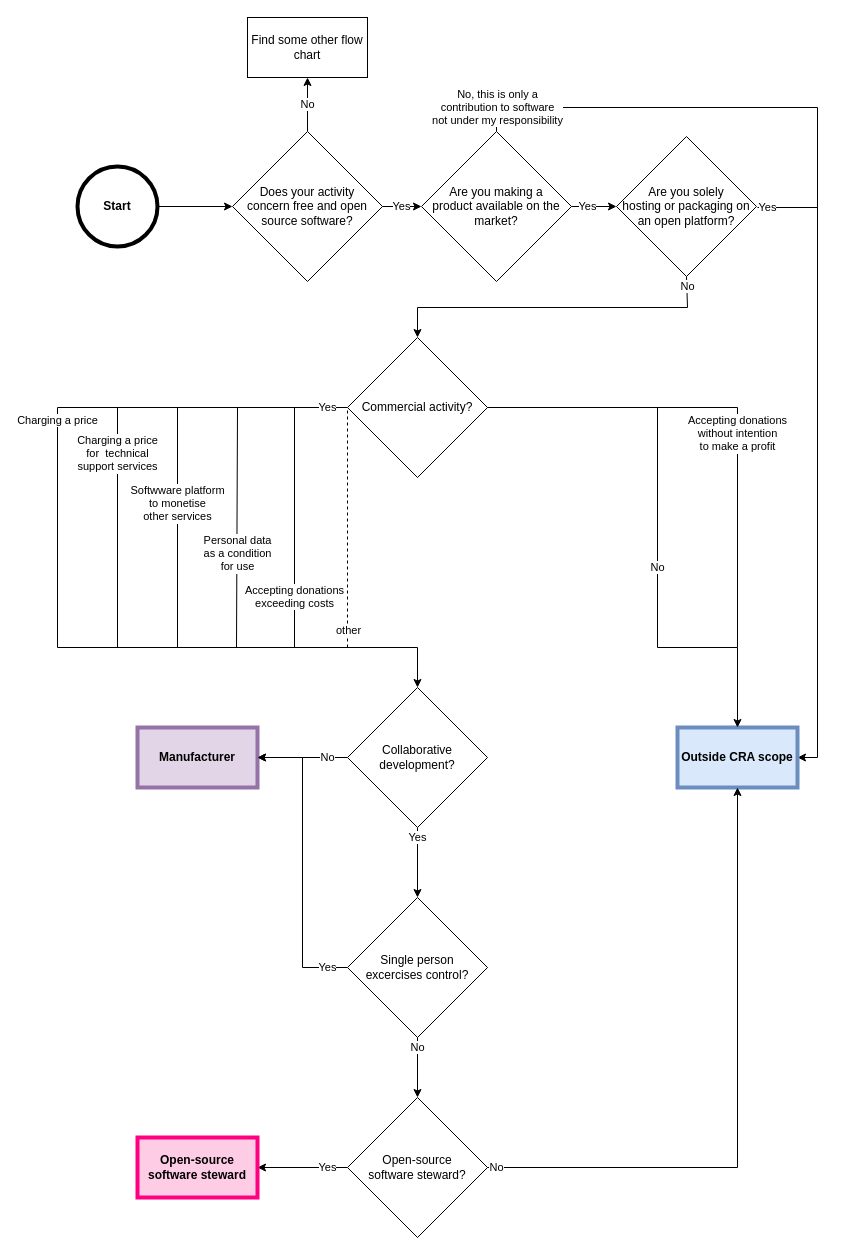
Above: FOSS flowchart.drawio in kappapiana/cra-foss-diagram (draw.io), before the change. Source tidied: cells renumbered, new cells numbered last; positions are measured from the earlier drawing's top-left corner, leaving out a move shared by most shapes. Both pictures are drawn from the tidied source at 100%, with x=0, y=0 at pixel (57, 17).
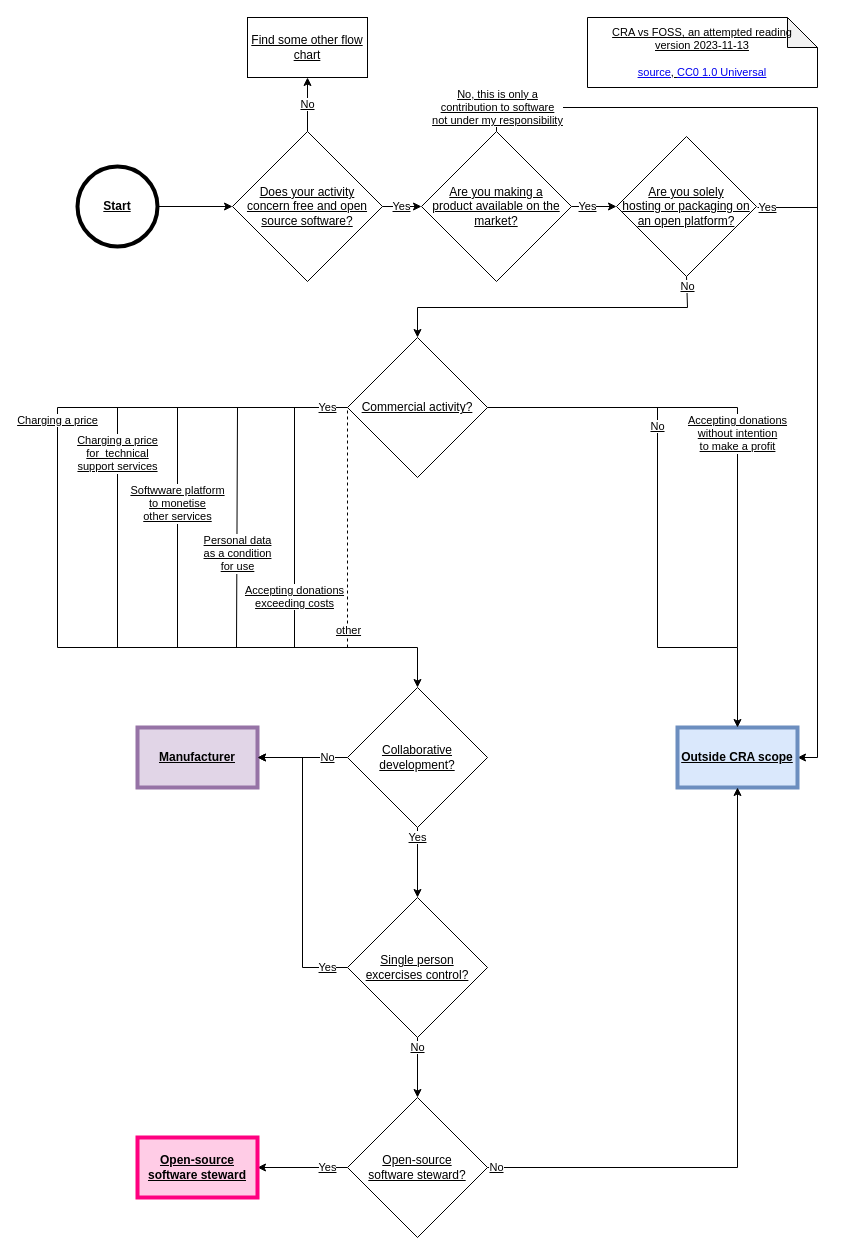
Above is the later version.

Diff of the diagram source:
```diff
@@
-    <mxCell id="2" value="Commercial activity?" style="rhombus;whiteSpace=wrap;html=1;" parent="1" vertex="1">
+    <mxCell id="2" value="Commercial activity?" style="rhombus;whiteSpace=wrap;html=1;fontStyle=4;" parent="1" vertex="1">
       <mxGeometry x="290" y="320" width="140" height="140" as="geometry" />
     </mxCell>
-    <mxCell id="3" style="edgeStyle=orthogonalEdgeStyle;rounded=0;jettySize=auto;html=1;" parent="1" edge="1" source="4" target="12">
+    <mxCell id="3" style="edgeStyle=orthogonalEdgeStyle;rounded=0;jettySize=auto;html=1;fontStyle=4;" parent="1" edge="1" source="4" target="12">
       <mxGeometry relative="1" as="geometry" />
     </mxCell>
-    <mxCell id="4" value="Start" style="ellipse;whiteSpace=wrap;html=1;fontStyle=1;strokeWidth=4;" parent="1" vertex="1">
+    <mxCell id="4" value="Start" style="ellipse;whiteSpace=wrap;html=1;fontStyle=5;strokeWidth=4;" parent="1" vertex="1">
       <mxGeometry x="20" y="149" width="80" height="80" as="geometry" />
     </mxCell>
-    <mxCell id="5" value="Yes" style="edgeStyle=orthogonalEdgeStyle;rounded=0;jettySize=auto;html=1;" parent="1" edge="1" source="7" target="8">
+    <mxCell id="5" value="Yes" style="edgeStyle=orthogonalEdgeStyle;rounded=0;jettySize=auto;html=1;fontStyle=4;" parent="1" edge="1" source="7" target="8">
       <mxGeometry x="-0.29" relative="1" as="geometry" />
     </mxCell>
-    <mxCell id="6" value="&lt;div&gt;No, this is only a&lt;br&gt;contribution to software&lt;br&gt;not under my responsibility&lt;br&gt;&lt;/div&gt;" style="edgeStyle=orthogonalEdgeStyle;rounded=0;jettySize=auto;html=1;entryX=1;entryY=0.5;entryDx=0;entryDy=0;" parent="1" edge="1" source="7" target="26">
+    <mxCell id="6" value="&lt;div&gt;No, this is only a&lt;br&gt;contribution to software&lt;br&gt;not under my responsibility&lt;br&gt;&lt;/div&gt;" style="edgeStyle=orthogonalEdgeStyle;rounded=0;jettySize=auto;html=1;entryX=1;entryY=0.5;entryDx=0;entryDy=0;fontStyle=4;" parent="1" edge="1" source="7" target="26">
       <mxGeometry x="-0.95" relative="1" as="geometry">
         <Array as="points">
           <mxPoint x="439" y="90" />
           <mxPoint x="760" y="90" />
           <mxPoint x="760" y="740" />
         </Array>
       </mxGeometry>
     </mxCell>
-    <mxCell id="7" value="Are you making a&lt;br&gt;product available on the market?" style="rhombus;whiteSpace=wrap;html=1;fontSize=12;" parent="1" vertex="1">
+    <mxCell id="7" value="Are you making a&lt;br&gt;product available on the market?" style="rhombus;whiteSpace=wrap;html=1;fontSize=12;fontStyle=4;" parent="1" vertex="1">
       <mxGeometry x="364" y="114" width="150" height="150" as="geometry" />
     </mxCell>
-    <mxCell id="8" value="Are you solely&lt;br&gt;hosting or packaging on an open platform?" style="rhombus;whiteSpace=wrap;html=1;" parent="1" vertex="1">
+    <mxCell id="8" value="Are you solely&lt;br&gt;hosting or packaging on an open platform?" style="rhombus;whiteSpace=wrap;html=1;fontStyle=4;" parent="1" vertex="1">
       <mxGeometry x="559" y="119" width="140" height="140" as="geometry" />
     </mxCell>
-    <mxCell id="9" value="Find some other flow chart" style="rounded=0;whiteSpace=wrap;html=1;" parent="1" vertex="1">
+    <mxCell id="9" value="Find some other flow chart" style="rounded=0;whiteSpace=wrap;html=1;fontStyle=4;" parent="1" vertex="1">
       <mxGeometry x="190" width="120" height="60" as="geometry" />
     </mxCell>
-    <mxCell id="10" value="Yes" style="edgeStyle=orthogonalEdgeStyle;rounded=0;jettySize=auto;html=1;" parent="1" edge="1" source="12" target="7">
+    <mxCell id="10" value="Yes" style="edgeStyle=orthogonalEdgeStyle;rounded=0;jettySize=auto;html=1;fontStyle=4;" parent="1" edge="1" source="12" target="7">
       <mxGeometry relative="1" as="geometry" />
     </mxCell>
-    <mxCell id="11" value="No" style="edgeStyle=orthogonalEdgeStyle;rounded=0;jettySize=auto;html=1;" parent="1" edge="1" source="12" target="9">
+    <mxCell id="11" value="No" style="edgeStyle=orthogonalEdgeStyle;rounded=0;jettySize=auto;html=1;fontStyle=4;" parent="1" edge="1" source="12" target="9">
       <mxGeometry relative="1" as="geometry" />
     </mxCell>
-    <mxCell id="12" value="Does your activity&lt;br&gt;concern free and open source software?" style="rhombus;whiteSpace=wrap;html=1;fontSize=12;" parent="1" vertex="1">
+    <mxCell id="12" value="Does your activity&lt;br&gt;concern free and open source software?" style="rhombus;whiteSpace=wrap;html=1;fontSize=12;fontStyle=4;" parent="1" vertex="1">
       <mxGeometry x="175" y="114" width="150" height="150" as="geometry" />
     </mxCell>
-    <mxCell id="13" value="No" style="endArrow=classic;html=1;rounded=0;entryX=0.5;entryY=0;entryDx=0;entryDy=0;exitX=0.5;exitY=1;exitDx=0;exitDy=0;" parent="1" edge="1" source="8" target="2">
+    <mxCell id="13" value="No" style="endArrow=classic;html=1;rounded=0;entryX=0.5;entryY=0;entryDx=0;entryDy=0;exitX=0.5;exitY=1;exitDx=0;exitDy=0;fontStyle=4;" parent="1" edge="1" source="8" target="2">
       <mxGeometry x="-0.94" y="1" relative="1" as="geometry">
         <Array as="points">
           <mxPoint x="630" y="290" />
           <mxPoint x="360" y="290" />
         </Array>
       </mxGeometry>
     </mxCell>
-    <mxCell id="14" value="No" style="edgeStyle=orthogonalEdgeStyle;rounded=0;jettySize=auto;html=1;entryX=1;entryY=0.5;entryDx=0;entryDy=0;" parent="1" edge="1" source="16" target="28">
+    <mxCell id="14" value="No" style="edgeStyle=orthogonalEdgeStyle;rounded=0;jettySize=auto;html=1;entryX=1;entryY=0.5;entryDx=0;entryDy=0;fontStyle=4;" parent="1" edge="1" source="16" target="28">
       <mxGeometry x="-0.56" relative="1" as="geometry" />
     </mxCell>
-    <mxCell id="15" value="Yes" style="edgeStyle=orthogonalEdgeStyle;rounded=0;jettySize=auto;html=1;entryX=0.5;entryY=0;entryDx=0;entryDy=0;" parent="1" edge="1" source="16" target="31">
+    <mxCell id="15" value="Yes" style="edgeStyle=orthogonalEdgeStyle;rounded=0;jettySize=auto;html=1;entryX=0.5;entryY=0;entryDx=0;entryDy=0;fontStyle=4;" parent="1" edge="1" source="16" target="31">
       <mxGeometry x="-0.71" relative="1" as="geometry" />
     </mxCell>
-    <mxCell id="16" value="Collaborative development?" style="rhombus;whiteSpace=wrap;html=1;" parent="1" vertex="1">
+    <mxCell id="16" value="Collaborative development?" style="rhombus;whiteSpace=wrap;html=1;fontStyle=4;" parent="1" vertex="1">
       <mxGeometry x="290" y="670" width="140" height="140" as="geometry" />
     </mxCell>
-    <mxCell id="17" value="&lt;div&gt;Charging a price&lt;/div&gt;" style="endArrow=none;html=1;rounded=0;verticalAlign=top;" parent="1" edge="1">
+    <mxCell id="17" value="&lt;div&gt;Charging a price&lt;/div&gt;" style="endArrow=none;html=1;rounded=0;verticalAlign=top;fontStyle=4;" parent="1" edge="1">
       <mxGeometry x="-1" relative="1" as="geometry">
         <mxPoint y="390" as="sourcePoint" />
         <mxPoint y="630" as="targetPoint" />
       </mxGeometry>
     </mxCell>
-    <mxCell id="18" value="Charging a price&lt;br&gt;for&amp;nbsp; technical&lt;br&gt;support services" style="endArrow=none;html=1;rounded=0;verticalAlign=top;" parent="1" edge="1">
+    <mxCell id="18" value="Charging a price&lt;br&gt;for&amp;nbsp; technical&lt;br&gt;support services" style="endArrow=none;html=1;rounded=0;verticalAlign=top;fontStyle=4;" parent="1" edge="1">
       <mxGeometry x="-0.83" relative="1" as="geometry">
         <mxPoint x="60" y="390" as="sourcePoint" />
         <mxPoint x="60" y="630" as="targetPoint" />
       </mxGeometry>
     </mxCell>
-    <mxCell id="19" value="Softwware platform&lt;br&gt; to monetise&lt;br&gt;other services" style="endArrow=none;html=1;rounded=0;verticalAlign=top;" parent="1" edge="1">
+    <mxCell id="19" value="Softwware platform&lt;br&gt; to monetise&lt;br&gt;other services" style="endArrow=none;html=1;rounded=0;verticalAlign=top;fontStyle=4;" parent="1" edge="1">
       <mxGeometry x="0.42" relative="1" as="geometry">
         <mxPoint x="120" y="630" as="sourcePoint" />
         <mxPoint x="120" y="390" as="targetPoint" />
       </mxGeometry>
     </mxCell>
-    <mxCell id="20" value="Personal data&lt;br&gt;as a condition&lt;br&gt;for use" style="endArrow=none;html=1;rounded=0;verticalAlign=top;" parent="1" edge="1">
+    <mxCell id="20" value="Personal data&lt;br&gt;as a condition&lt;br&gt;for use" style="endArrow=none;html=1;rounded=0;verticalAlign=top;fontStyle=4;" parent="1" edge="1">
       <mxGeometry relative="1" as="geometry">
         <mxPoint x="179" y="630" as="sourcePoint" />
         <mxPoint x="180" y="390" as="targetPoint" />
         <mxPoint x="1" as="offset" />
       </mxGeometry>
     </mxCell>
-    <mxCell id="21" value="&lt;div&gt;Accepting donations&lt;br&gt;exceeding costs&lt;/div&gt;" style="endArrow=none;html=1;rounded=0;verticalAlign=top;" parent="1" edge="1">
+    <mxCell id="21" value="&lt;div&gt;Accepting donations&lt;br&gt;exceeding costs&lt;/div&gt;" style="endArrow=none;html=1;rounded=0;verticalAlign=top;fontStyle=4;" parent="1" edge="1">
       <mxGeometry x="-0.42" relative="1" as="geometry">
         <mxPoint x="237" y="630" as="sourcePoint" />
         <mxPoint x="237" y="390" as="targetPoint" />
       </mxGeometry>
     </mxCell>
-    <mxCell id="22" value="Yes" style="endArrow=none;html=1;rounded=0;entryX=0;entryY=0.5;entryDx=0;entryDy=0;" parent="1" edge="1" target="2">
+    <mxCell id="22" value="Yes" style="endArrow=none;html=1;rounded=0;entryX=0;entryY=0.5;entryDx=0;entryDy=0;fontStyle=4;" parent="1" edge="1" target="2">
       <mxGeometry x="0.86" relative="1" as="geometry">
         <mxPoint y="390" as="sourcePoint" />
       </mxGeometry>
     </mxCell>
-    <mxCell id="23" style="endArrow=classic;html=1;rounded=0;entryX=0.5;entryY=0;entryDx=0;entryDy=0;" parent="1" edge="1" target="16">
+    <mxCell id="23" style="endArrow=classic;html=1;rounded=0;entryX=0.5;entryY=0;entryDx=0;entryDy=0;fontStyle=4;" parent="1" edge="1" target="16">
       <mxGeometry relative="1" as="geometry">
         <mxPoint y="630" as="sourcePoint" />
         <Array as="points">
           <mxPoint x="360" y="630" />
         </Array>
       </mxGeometry>
     </mxCell>
-    <mxCell id="24" style="endArrow=none;dashed=1;html=1;rounded=0;entryX=0;entryY=0.5;entryDx=0;entryDy=0;" parent="1" edge="1" target="2">
+    <mxCell id="24" style="endArrow=none;dashed=1;html=1;rounded=0;entryX=0;entryY=0.5;entryDx=0;entryDy=0;fontStyle=4;" parent="1" edge="1" target="2">
       <mxGeometry relative="1" as="geometry">
         <mxPoint x="290" y="630" as="sourcePoint" />
       </mxGeometry>
     </mxCell>
-    <mxCell id="25" value="other" style="edgeLabel;html=1;align=center;verticalAlign=top;" parent="24" vertex="1">
+    <mxCell id="25" value="other" style="edgeLabel;html=1;align=center;verticalAlign=top;fontStyle=4;" parent="24" vertex="1">
       <mxGeometry x="-0.82" y="-2" relative="1" as="geometry">
         <mxPoint x="-2" y="-8" as="offset" />
       </mxGeometry>
     </mxCell>
-    <mxCell id="26" value="Outside CRA scope" style="rounded=0;whiteSpace=wrap;html=1;fillColor=#dae8fc;strokeColor=#6c8ebf;fontStyle=1;strokeWidth=4;" parent="1" vertex="1">
+    <mxCell id="26" value="Outside CRA scope" style="rounded=0;whiteSpace=wrap;html=1;fillColor=#dae8fc;strokeColor=#6c8ebf;fontStyle=5;strokeWidth=4;" parent="1" vertex="1">
       <mxGeometry x="620" y="710" width="120" height="60" as="geometry" />
     </mxCell>
-    <mxCell id="27" value="Yes" style="endArrow=none;html=1;rounded=0;" parent="1" edge="1">
+    <mxCell id="27" value="Yes" style="endArrow=none;html=1;rounded=0;fontStyle=4;" parent="1" edge="1">
       <mxGeometry x="-0.67" relative="1" as="geometry">
         <mxPoint x="700" y="190" as="sourcePoint" />
         <mxPoint x="760" y="190" as="targetPoint" />
       </mxGeometry>
     </mxCell>
-    <mxCell id="28" value="Manufacturer" style="rounded=0;whiteSpace=wrap;html=1;fillColor=#e1d5e7;strokeColor=#9673a6;fontStyle=1;strokeWidth=4;" parent="1" vertex="1">
+    <mxCell id="28" value="Manufacturer" style="rounded=0;whiteSpace=wrap;html=1;fillColor=#e1d5e7;strokeColor=#9673a6;fontStyle=5;strokeWidth=4;" parent="1" vertex="1">
       <mxGeometry x="80" y="710" width="120" height="60" as="geometry" />
     </mxCell>
-    <mxCell id="29" value="&lt;div&gt;Yes&lt;/div&gt;" style="edgeStyle=orthogonalEdgeStyle;rounded=0;jettySize=auto;html=1;entryX=1;entryY=0.5;entryDx=0;entryDy=0;" parent="1" edge="1" source="31" target="28">
+    <mxCell id="29" value="&lt;div&gt;Yes&lt;/div&gt;" style="edgeStyle=orthogonalEdgeStyle;rounded=0;jettySize=auto;html=1;entryX=1;entryY=0.5;entryDx=0;entryDy=0;fontStyle=4;" parent="1" edge="1" source="31" target="28">
       <mxGeometry x="-0.87" relative="1" as="geometry" />
     </mxCell>
-    <mxCell id="30" value="No" style="edgeStyle=orthogonalEdgeStyle;rounded=0;jettySize=auto;html=1;" parent="1" edge="1" source="31" target="34">
+    <mxCell id="30" value="No" style="edgeStyle=orthogonalEdgeStyle;rounded=0;jettySize=auto;html=1;fontStyle=4;" parent="1" edge="1" source="31" target="34">
       <mxGeometry x="-0.67" relative="1" as="geometry" />
     </mxCell>
-    <mxCell id="31" value="Single person&lt;br&gt;excercises control?" style="rhombus;whiteSpace=wrap;html=1;" parent="1" vertex="1">
+    <mxCell id="31" value="Single person&lt;br&gt;excercises control?" style="rhombus;whiteSpace=wrap;html=1;fontStyle=4;" parent="1" vertex="1">
       <mxGeometry x="290" y="880" width="140" height="140" as="geometry" />
     </mxCell>
-    <mxCell id="32" value="No" style="edgeStyle=orthogonalEdgeStyle;rounded=0;jettySize=auto;html=1;entryX=0.5;entryY=1;entryDx=0;entryDy=0;" parent="1" edge="1" source="34" target="26">
+    <mxCell id="32" value="No" style="edgeStyle=orthogonalEdgeStyle;rounded=0;jettySize=auto;html=1;entryX=0.5;entryY=1;entryDx=0;entryDy=0;fontStyle=4;" parent="1" edge="1" source="34" target="26">
       <mxGeometry x="-0.97" relative="1" as="geometry" />
     </mxCell>
-    <mxCell id="33" value="Yes" style="edgeStyle=orthogonalEdgeStyle;rounded=0;jettySize=auto;html=1;entryX=1;entryY=0.5;entryDx=0;entryDy=0;" parent="1" edge="1" source="34" target="35">
+    <mxCell id="33" value="Yes" style="edgeStyle=orthogonalEdgeStyle;rounded=0;jettySize=auto;html=1;entryX=1;entryY=0.5;entryDx=0;entryDy=0;fontStyle=4;" parent="1" edge="1" source="34" target="35">
       <mxGeometry x="-0.56" relative="1" as="geometry" />
     </mxCell>
-    <mxCell id="34" value="Open-source&lt;br&gt;software steward?" style="rhombus;whiteSpace=wrap;html=1;" parent="1" vertex="1">
+    <mxCell id="34" value="Open-source&lt;br&gt;software steward?" style="rhombus;whiteSpace=wrap;html=1;fontStyle=4;" parent="1" vertex="1">
       <mxGeometry x="290" y="1080" width="140" height="140" as="geometry" />
     </mxCell>
-    <mxCell id="35" value="Open-source software steward" style="rounded=0;whiteSpace=wrap;html=1;fillColor=#FFCCE6;strokeColor=#FF0080;fontStyle=1;strokeWidth=4;" parent="1" vertex="1">
+    <mxCell id="35" value="Open-source software steward" style="rounded=0;whiteSpace=wrap;html=1;fillColor=#FFCCE6;strokeColor=#FF0080;fontStyle=5;strokeWidth=4;" parent="1" vertex="1">
       <mxGeometry x="80" y="1120" width="120" height="60" as="geometry" />
     </mxCell>
-    <mxCell id="36" style="endArrow=classic;html=1;rounded=0;entryX=0.5;entryY=0;entryDx=0;entryDy=0;" parent="1" edge="1" target="26">
+    <mxCell id="36" style="endArrow=classic;html=1;rounded=0;entryX=0.5;entryY=0;entryDx=0;entryDy=0;fontStyle=4;" parent="1" edge="1" target="26">
       <mxGeometry relative="1" as="geometry">
         <mxPoint x="680" y="630" as="sourcePoint" />
       </mxGeometry>
     </mxCell>
-    <mxCell id="37" style="endArrow=none;html=1;rounded=0;exitX=1;exitY=0.5;exitDx=0;exitDy=0;" parent="1" edge="1" source="2">
+    <mxCell id="37" style="endArrow=none;html=1;rounded=0;exitX=1;exitY=0.5;exitDx=0;exitDy=0;fontStyle=4;" parent="1" edge="1" source="2">
       <mxGeometry relative="1" as="geometry">
         <mxPoint x="680" y="390" as="targetPoint" />
       </mxGeometry>
     </mxCell>
-    <mxCell id="38" value="No" style="endArrow=none;html=1;rounded=0;" parent="1" edge="1">
-      <mxGeometry relative="1" as="geometry">
+    <mxCell id="38" value="No" style="endArrow=none;html=1;rounded=0;fontStyle=4;" parent="1" edge="1">
+      <mxGeometry x="0.88" relative="1" as="geometry">
         <mxPoint x="680" y="630" as="sourcePoint" />
         <mxPoint x="600" y="390" as="targetPoint" />
         <Array as="points">
           <mxPoint x="600" y="630" />
         </Array>
       </mxGeometry>
     </mxCell>
-    <mxCell id="39" value="Accepting donations&lt;br&gt;without intention&lt;br&gt;to make a profit" style="endArrow=none;html=1;rounded=0;verticalAlign=top;" parent="1" edge="1">
+    <mxCell id="39" value="Accepting donations&lt;br&gt;without intention&lt;br&gt;to make a profit" style="endArrow=none;html=1;rounded=0;verticalAlign=top;fontStyle=4;" parent="1" edge="1">
       <mxGeometry x="1" relative="1" as="geometry">
         <mxPoint x="680" y="630" as="sourcePoint" />
         <mxPoint x="680" y="390" as="targetPoint" />
       </mxGeometry>
     </mxCell>
+    <mxCell id="40" value="&lt;span style=&quot;font-size: 11px; font-family: &amp;quot;FiraSans&amp;quot;;&quot;&gt;CRA vs FOSS, an attempted reading&lt;br&gt;&lt;/span&gt;&lt;div&gt;&lt;span style=&quot;font-size: 11px; font-family: &amp;quot;FiraSans&amp;quot;;&quot;&gt;version 2023-11-13&lt;/span&gt;&lt;/div&gt;&lt;div&gt;&lt;span style=&quot;font-size: 11px; font-family: &amp;quot;FiraSans&amp;quot;;&quot;&gt;&lt;br&gt;&lt;/span&gt;&lt;/div&gt;&lt;div&gt;&lt;span style=&quot;font-size: 11px; font-family: &amp;quot;FiraSans&amp;quot;;&quot;&gt;&lt;a href=&quot;https://github.com/maertsen/cra-foss-diagram&quot;&gt;source&lt;/a&gt;, &lt;/span&gt;&lt;span style=&quot;font-size: 11px; font-family: &amp;quot;FiraSans&amp;quot;;&quot;&gt;&lt;a href=&quot;https://creativecommons.org/publicdomain/zero/1.0/&quot;&gt;CC0 1.0 Universal&lt;/a&gt;&lt;/span&gt;&lt;/div&gt;" style="shape=note;whiteSpace=wrap;html=1;backgroundOutline=1;darkOpacity=0.05;fontStyle=4;fontSize=11;" parent="1" vertex="1">
+      <mxGeometry x="530" width="230" height="70" as="geometry" />
+    </mxCell>
```
